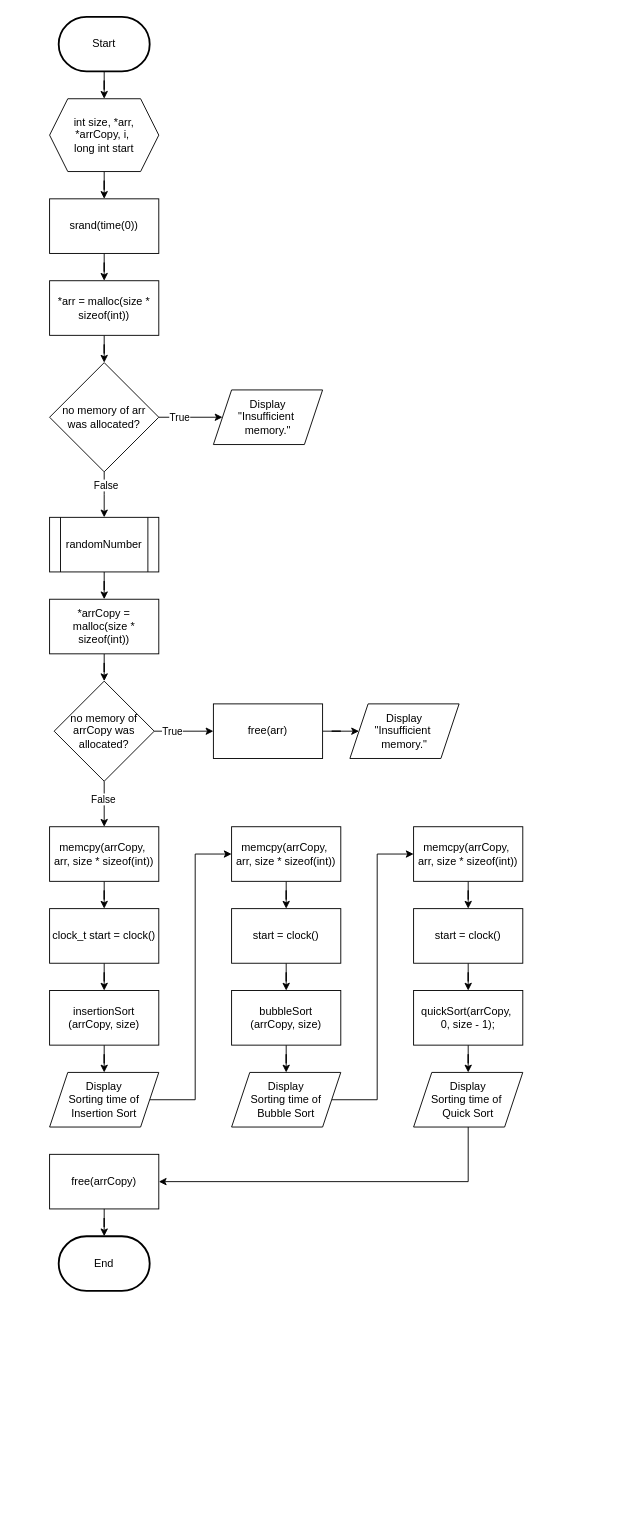
Before: page "timeSearch" (9 of 9) of Flowchart Modul 3.drawio in elikawicaksana/BuildIT_BasisData, a draw.io diagram. Source tidied: cells renumbered, new cells numbered last; positions are measured from the earlier drawing's top-left corner, leaving out a move shared by most shapes. Both pictures are drawn from the tidied source at 91%, with x=0, y=0 at pixel (49, 16).
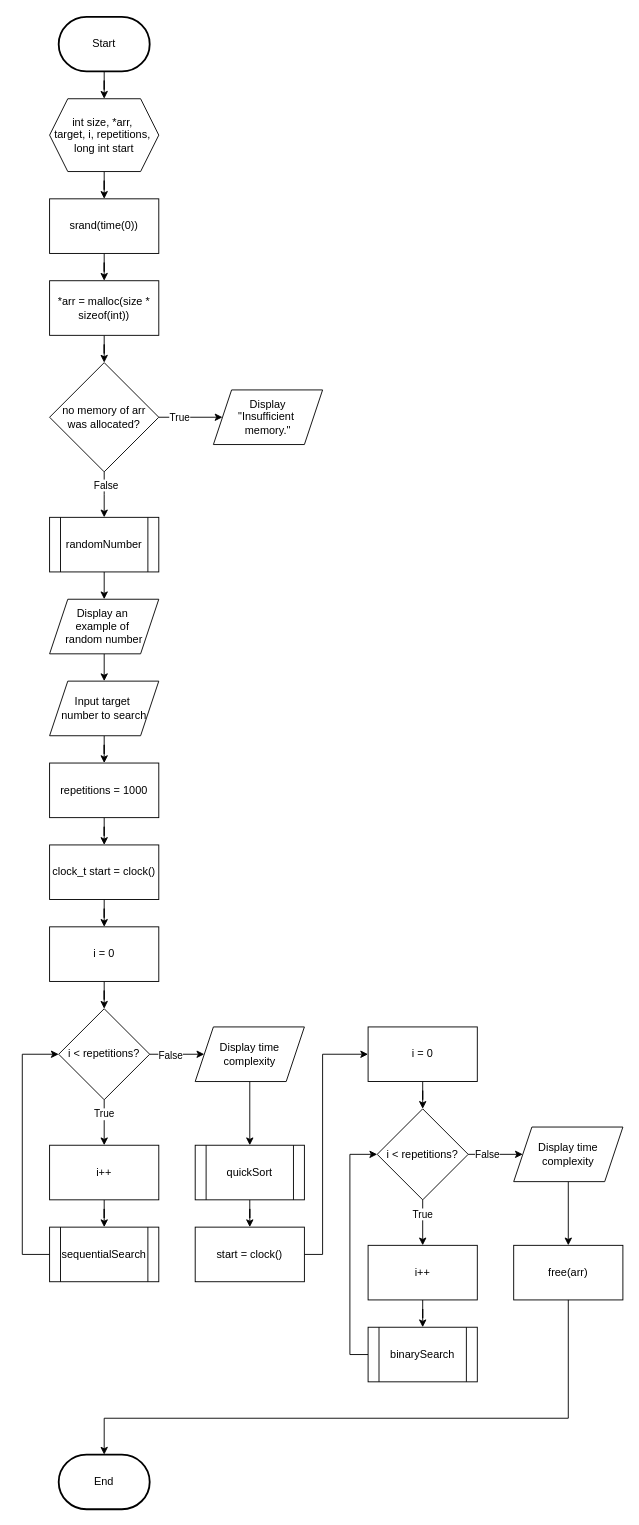
Above is the later version.

The change refers to these unchanged cells:
```xml
<mxCell id="16" value="randomNumber" style="shape=process;whiteSpace=wrap;html=1;backgroundOutline=1;" parent="1" vertex="1">
  <mxGeometry y="550" width="120" height="60" as="geometry" />
</mxCell>
```

Diff of the diagram source:
```diff
@@
     <mxCell id="4" value="End" style="strokeWidth=2;html=1;shape=mxgraph.flowchart.terminator;whiteSpace=wrap;" parent="1" vertex="1">
-      <mxGeometry x="10" y="1340" width="100" height="60" as="geometry" />
+      <mxGeometry x="10" y="1580" width="100" height="60" as="geometry" />
     </mxCell>
@@
-    <mxCell id="6" value="int size, *arr, *arrCopy, i,&amp;nbsp;&lt;div&gt;long int start&lt;/div&gt;" style="shape=hexagon;perimeter=hexagonPerimeter2;whiteSpace=wrap;html=1;fixedSize=1;" parent="1" vertex="1">
+    <mxCell id="6" value="int size, *arr,&amp;nbsp;&lt;div&gt;target,&amp;nbsp;&lt;span style=&quot;background-color: initial; color: rgb(0, 0, 0); --darkreader-inline-bgcolor: initial; --darkreader-inline-color: #e8e6e3;&quot;&gt;i,&amp;nbsp;&lt;/span&gt;&lt;span style=&quot;color: rgb(0, 0, 0); --darkreader-inline-color: #e8e6e3;&quot;&gt;repetitions,&amp;nbsp;&lt;/span&gt;&lt;div&gt;&lt;span style=&quot;background-color: initial; color: rgb(0, 0, 0); --darkreader-inline-bgcolor: initial; --darkreader-inline-color: #e8e6e3;&quot;&gt;long int start&lt;/span&gt;&lt;/div&gt;&lt;/div&gt;" style="shape=hexagon;perimeter=hexagonPerimeter2;whiteSpace=wrap;html=1;fixedSize=1;" parent="1" vertex="1">
       <mxGeometry y="90" width="120" height="80" as="geometry" />
     </mxCell>
@@
-    <mxCell id="15" style="edgeStyle=orthogonalEdgeStyle;rounded=0;jettySize=auto;html=1;entryX=0.5;entryY=0;entryDx=0;entryDy=0;" parent="1" edge="1" source="16" target="18">
-      <mxGeometry relative="1" as="geometry" />
+    <mxCell id="15" style="edgeStyle=orthogonalEdgeStyle;rounded=0;jettySize=auto;html=1;entryX=0.5;entryY=0;entryDx=0;entryDy=0;" parent="1" edge="1" source="16">
+      <mxGeometry relative="1" as="geometry">
+        <mxPoint x="60" y="640" as="targetPoint" />
+      </mxGeometry>
     </mxCell>
@@
-    <mxCell id="17" style="edgeStyle=orthogonalEdgeStyle;rounded=0;jettySize=auto;html=1;entryX=0.5;entryY=0;entryDx=0;entryDy=0;" parent="1" edge="1" source="18" target="23">
-      <mxGeometry relative="1" as="geometry" />
+    <mxCell id="17" style="edgeStyle=orthogonalEdgeStyle;rounded=0;jettySize=auto;html=1;entryX=0.5;entryY=0;entryDx=0;entryDy=0;" parent="1" edge="1" target="57">
+      <mxGeometry relative="1" as="geometry">
+        <mxPoint x="60" y="700" as="sourcePoint" />
+      </mxGeometry>
     </mxCell>
-    <mxCell id="18" value="*arrCopy = &lt;span class=&quot;hljs-built_in&quot;&gt;malloc&lt;/span&gt;(size * &lt;span class=&quot;hljs-keyword&quot;&gt;sizeof&lt;/span&gt;(&lt;span class=&quot;hljs-type&quot;&gt;int&lt;/span&gt;))" style="rounded=0;whiteSpace=wrap;html=1;" parent="1" vertex="1">
-      <mxGeometry y="640" width="120" height="60" as="geometry" />
-    </mxCell>
-    <mxCell id="19" style="edgeStyle=orthogonalEdgeStyle;rounded=0;jettySize=auto;html=1;entryX=0;entryY=0.5;entryDx=0;entryDy=0;" parent="1" edge="1" source="23" target="25">
-      <mxGeometry relative="1" as="geometry" />
-    </mxCell>
-    <mxCell id="20" value="True" style="edgeLabel;html=1;align=center;verticalAlign=middle;" parent="19" vertex="1">
-      <mxGeometry x="-0.43" relative="1" as="geometry" />
-    </mxCell>
-    <mxCell id="21" style="edgeStyle=orthogonalEdgeStyle;rounded=0;jettySize=auto;html=1;entryX=0.5;entryY=0;entryDx=0;entryDy=0;" parent="1" edge="1" source="23" target="28">
-      <mxGeometry relative="1" as="geometry" />
-    </mxCell>
-    <mxCell id="22" value="False" style="edgeLabel;html=1;align=center;verticalAlign=middle;" parent="21" vertex="1">
-      <mxGeometry x="-0.25" y="-2" relative="1" as="geometry" />
-    </mxCell>
-    <mxCell id="23" value="no memory of arrCopy&amp;nbsp;&lt;span style=&quot;background-color: initial; color: rgb(0, 0, 0); --darkreader-inline-bgcolor: initial; --darkreader-inline-color: #e8e6e3;&quot;&gt;was allocated?&lt;/span&gt;" style="rhombus;whiteSpace=wrap;html=1;" parent="1" vertex="1">
-      <mxGeometry x="5" y="730" width="110" height="110" as="geometry" />
-    </mxCell>
-    <mxCell id="24" style="edgeStyle=orthogonalEdgeStyle;rounded=0;jettySize=auto;html=1;entryX=0;entryY=0.5;entryDx=0;entryDy=0;" parent="1" edge="1" source="25" target="26">
-      <mxGeometry relative="1" as="geometry" />
-    </mxCell>
-    <mxCell id="25" value="free(arr)" style="rounded=0;whiteSpace=wrap;html=1;" parent="1" vertex="1">
-      <mxGeometry x="180" y="755" width="120" height="60" as="geometry" />
-    </mxCell>
-    <mxCell id="26" value="Display&lt;br&gt;&quot;Insufficient&amp;nbsp;&lt;div&gt;memory.&quot;&lt;/div&gt;" style="shape=parallelogram;perimeter=parallelogramPerimeter;whiteSpace=wrap;html=1;fixedSize=1;" parent="1" vertex="1">
-      <mxGeometry x="330" y="755" width="120" height="60" as="geometry" />
-    </mxCell>
-    <mxCell id="27" style="edgeStyle=orthogonalEdgeStyle;rounded=0;jettySize=auto;html=1;entryX=0.5;entryY=0;entryDx=0;entryDy=0;" parent="1" edge="1" source="28" target="32">
-      <mxGeometry relative="1" as="geometry" />
-    </mxCell>
-    <mxCell id="28" value="memcpy(arrCopy,&amp;nbsp;&lt;div&gt;arr, size * sizeof(int))&lt;/div&gt;" style="rounded=0;whiteSpace=wrap;html=1;" parent="1" vertex="1">
-      <mxGeometry y="890" width="120" height="60" as="geometry" />
-    </mxCell>
@@
-    <mxCell id="31" style="edgeStyle=orthogonalEdgeStyle;rounded=0;jettySize=auto;html=1;entryX=0.5;entryY=0;entryDx=0;entryDy=0;" parent="1" edge="1" source="32" target="34">
-      <mxGeometry relative="1" as="geometry" />
-    </mxCell>
+    <mxCell id="55" value="Display an&amp;nbsp;&lt;div&gt;example of&amp;nbsp;&lt;/div&gt;&lt;div&gt;random number&lt;/div&gt;" style="shape=parallelogram;perimeter=parallelogramPerimeter;whiteSpace=wrap;html=1;fixedSize=1;" parent="1" vertex="1">
+      <mxGeometry y="640" width="120" height="60" as="geometry" />
+    </mxCell>
+    <mxCell id="56" style="edgeStyle=orthogonalEdgeStyle;rounded=0;jettySize=auto;html=1;entryX=0.5;entryY=0;entryDx=0;entryDy=0;" parent="1" edge="1" source="57" target="59">
+      <mxGeometry relative="1" as="geometry" />
+    </mxCell>
+    <mxCell id="57" value="Input&amp;nbsp;target&amp;nbsp;&lt;div&gt;number to search&lt;/div&gt;" style="shape=parallelogram;perimeter=parallelogramPerimeter;whiteSpace=wrap;html=1;fixedSize=1;" parent="1" vertex="1">
+      <mxGeometry y="730" width="120" height="60" as="geometry" />
+    </mxCell>
+    <mxCell id="58" style="edgeStyle=orthogonalEdgeStyle;rounded=0;jettySize=auto;html=1;entryX=0.5;entryY=0;entryDx=0;entryDy=0;" parent="1" edge="1" source="59" target="32">
+      <mxGeometry relative="1" as="geometry" />
+    </mxCell>
+    <mxCell id="59" value="repetitions = 1000" style="rounded=0;whiteSpace=wrap;html=1;" parent="1" vertex="1">
+      <mxGeometry y="820" width="120" height="60" as="geometry" />
+    </mxCell>
+    <mxCell id="60" style="edgeStyle=orthogonalEdgeStyle;rounded=0;jettySize=auto;html=1;entryX=0.5;entryY=0;entryDx=0;entryDy=0;" parent="1" edge="1" source="32" target="62">
+      <mxGeometry relative="1" as="geometry" />
+    </mxCell>
     <mxCell id="32" value="clock_t&amp;nbsp;start = clock()" style="rounded=0;whiteSpace=wrap;html=1;" parent="1" vertex="1">
-      <mxGeometry y="980" width="120" height="60" as="geometry" />
+      <mxGeometry y="910" width="120" height="60" as="geometry" />
     </mxCell>
-    <mxCell id="33" style="edgeStyle=orthogonalEdgeStyle;rounded=0;jettySize=auto;html=1;entryX=0.5;entryY=0;entryDx=0;entryDy=0;" parent="1" edge="1" source="34" target="36">
-      <mxGeometry relative="1" as="geometry" />
-    </mxCell>
-    <mxCell id="34" value="insertionSort&lt;div&gt;(arrCopy, size)&lt;/div&gt;" style="rounded=0;whiteSpace=wrap;html=1;" parent="1" vertex="1">
-      <mxGeometry y="1070" width="120" height="60" as="geometry" />
-    </mxCell>
-    <mxCell id="35" style="edgeStyle=orthogonalEdgeStyle;rounded=0;jettySize=auto;html=1;entryX=0;entryY=0.5;entryDx=0;entryDy=0;" parent="1" edge="1" source="36" target="38">
-      <mxGeometry relative="1" as="geometry" />
-    </mxCell>
-    <mxCell id="36" value="Display&lt;div&gt;Sorting time of Insertion Sort&lt;/div&gt;" style="shape=parallelogram;perimeter=parallelogramPerimeter;whiteSpace=wrap;html=1;fixedSize=1;" parent="1" vertex="1">
-      <mxGeometry y="1160" width="120" height="60" as="geometry" />
-    </mxCell>
-    <mxCell id="37" style="edgeStyle=orthogonalEdgeStyle;rounded=0;jettySize=auto;html=1;entryX=0.5;entryY=0;entryDx=0;entryDy=0;" parent="1" edge="1" source="38" target="40">
-      <mxGeometry relative="1" as="geometry" />
-    </mxCell>
-    <mxCell id="38" value="memcpy(arrCopy,&amp;nbsp;&lt;div&gt;arr, size * sizeof(int))&lt;/div&gt;" style="rounded=0;whiteSpace=wrap;html=1;" parent="1" vertex="1">
-      <mxGeometry x="200" y="890" width="120" height="60" as="geometry" />
-    </mxCell>
-    <mxCell id="39" style="edgeStyle=orthogonalEdgeStyle;rounded=0;jettySize=auto;html=1;entryX=0.5;entryY=0;entryDx=0;entryDy=0;" parent="1" edge="1" source="40" target="42">
-      <mxGeometry relative="1" as="geometry" />
-    </mxCell>
-    <mxCell id="40" value="start = clock()" style="rounded=0;whiteSpace=wrap;html=1;" parent="1" vertex="1">
-      <mxGeometry x="200" y="980" width="120" height="60" as="geometry" />
-    </mxCell>
-    <mxCell id="41" style="edgeStyle=orthogonalEdgeStyle;rounded=0;jettySize=auto;html=1;entryX=0.5;entryY=0;entryDx=0;entryDy=0;" parent="1" edge="1" source="42" target="44">
-      <mxGeometry relative="1" as="geometry" />
-    </mxCell>
-    <mxCell id="42" value="bubbleSort&lt;div&gt;(arrCopy, size)&lt;/div&gt;" style="rounded=0;whiteSpace=wrap;html=1;" parent="1" vertex="1">
-      <mxGeometry x="200" y="1070" width="120" height="60" as="geometry" />
-    </mxCell>
-    <mxCell id="43" style="edgeStyle=orthogonalEdgeStyle;rounded=0;jettySize=auto;html=1;entryX=0;entryY=0.5;entryDx=0;entryDy=0;" parent="1" edge="1" source="44" target="46">
-      <mxGeometry relative="1" as="geometry" />
-    </mxCell>
-    <mxCell id="44" value="Display&lt;div&gt;Sorting time of Bubble Sort&lt;/div&gt;" style="shape=parallelogram;perimeter=parallelogramPerimeter;whiteSpace=wrap;html=1;fixedSize=1;" parent="1" vertex="1">
-      <mxGeometry x="200" y="1160" width="120" height="60" as="geometry" />
-    </mxCell>
-    <mxCell id="45" style="edgeStyle=orthogonalEdgeStyle;rounded=0;jettySize=auto;html=1;entryX=0.5;entryY=0;entryDx=0;entryDy=0;" parent="1" edge="1" source="46" target="48">
-      <mxGeometry relative="1" as="geometry" />
-    </mxCell>
-    <mxCell id="46" value="memcpy(arrCopy,&amp;nbsp;&lt;div&gt;arr, size * sizeof(int))&lt;/div&gt;" style="rounded=0;whiteSpace=wrap;html=1;" parent="1" vertex="1">
-      <mxGeometry x="400" y="890" width="120" height="60" as="geometry" />
-    </mxCell>
-    <mxCell id="47" style="edgeStyle=orthogonalEdgeStyle;rounded=0;jettySize=auto;html=1;entryX=0.5;entryY=0;entryDx=0;entryDy=0;" parent="1" edge="1" source="48" target="50">
-      <mxGeometry relative="1" as="geometry" />
-    </mxCell>
-    <mxCell id="48" value="start = clock()" style="rounded=0;whiteSpace=wrap;html=1;" parent="1" vertex="1">
-      <mxGeometry x="400" y="980" width="120" height="60" as="geometry" />
-    </mxCell>
-    <mxCell id="49" style="edgeStyle=orthogonalEdgeStyle;rounded=0;jettySize=auto;html=1;entryX=0.5;entryY=0;entryDx=0;entryDy=0;" parent="1" edge="1" source="50" target="52">
-      <mxGeometry relative="1" as="geometry" />
-    </mxCell>
-    <mxCell id="50" value="quickSort(arrCopy,&amp;nbsp;&lt;div&gt;0, size - 1);&lt;br&gt;&lt;/div&gt;" style="rounded=0;whiteSpace=wrap;html=1;" parent="1" vertex="1">
-      <mxGeometry x="400" y="1070" width="120" height="60" as="geometry" />
-    </mxCell>
-    <mxCell id="51" style="edgeStyle=orthogonalEdgeStyle;rounded=0;jettySize=auto;html=1;entryX=1;entryY=0.5;entryDx=0;entryDy=0;" parent="1" edge="1" source="52" target="53">
-      <mxGeometry relative="1" as="geometry">
-        <Array as="points">
-          <mxPoint x="460" y="1280" />
-        </Array>
-      </mxGeometry>
-    </mxCell>
-    <mxCell id="52" value="Display&lt;div&gt;Sorting time of&amp;nbsp;&lt;/div&gt;&lt;div&gt;Quick Sort&lt;/div&gt;" style="shape=parallelogram;perimeter=parallelogramPerimeter;whiteSpace=wrap;html=1;fixedSize=1;" parent="1" vertex="1">
-      <mxGeometry x="400" y="1160" width="120" height="60" as="geometry" />
-    </mxCell>
-    <mxCell id="53" value="free(arrCopy)" style="rounded=0;whiteSpace=wrap;html=1;" parent="1" vertex="1">
-      <mxGeometry y="1250" width="120" height="60" as="geometry" />
-    </mxCell>
-    <mxCell id="54" style="edgeStyle=orthogonalEdgeStyle;rounded=0;jettySize=auto;html=1;entryX=0.5;entryY=0;entryDx=0;entryDy=0;entryPerimeter=0;" parent="1" edge="1" source="53" target="4">
-      <mxGeometry relative="1" as="geometry" />
-    </mxCell>
+    <mxCell id="61" style="edgeStyle=orthogonalEdgeStyle;rounded=0;jettySize=auto;html=1;entryX=0.5;entryY=0;entryDx=0;entryDy=0;" parent="1" edge="1" source="62" target="67">
+      <mxGeometry relative="1" as="geometry" />
+    </mxCell>
+    <mxCell id="62" value="i = 0" style="rounded=0;whiteSpace=wrap;html=1;" parent="1" vertex="1">
+      <mxGeometry y="1000" width="120" height="60" as="geometry" />
+    </mxCell>
+    <mxCell id="63" style="edgeStyle=orthogonalEdgeStyle;rounded=0;jettySize=auto;html=1;entryX=0.5;entryY=0;entryDx=0;entryDy=0;" parent="1" edge="1" source="67" target="69">
+      <mxGeometry relative="1" as="geometry" />
+    </mxCell>
+    <mxCell id="64" value="True" style="edgeLabel;html=1;align=center;verticalAlign=middle;" parent="63" vertex="1">
+      <mxGeometry x="-0.42" y="-1" relative="1" as="geometry" />
+    </mxCell>
+    <mxCell id="65" style="edgeStyle=orthogonalEdgeStyle;rounded=0;jettySize=auto;html=1;" parent="1" edge="1" source="67" target="73">
+      <mxGeometry relative="1" as="geometry" />
+    </mxCell>
+    <mxCell id="66" value="False" style="edgeLabel;html=1;align=center;verticalAlign=middle;" parent="65" vertex="1">
+      <mxGeometry x="-0.27" y="-1" relative="1" as="geometry" />
+    </mxCell>
+    <mxCell id="67" value="i &amp;lt; repetitions?" style="rhombus;whiteSpace=wrap;html=1;" parent="1" vertex="1">
+      <mxGeometry x="10" y="1090" width="100" height="100" as="geometry" />
+    </mxCell>
+    <mxCell id="68" style="edgeStyle=orthogonalEdgeStyle;rounded=0;jettySize=auto;html=1;entryX=0.5;entryY=0;entryDx=0;entryDy=0;" parent="1" edge="1" source="69" target="71">
+      <mxGeometry relative="1" as="geometry" />
+    </mxCell>
+    <mxCell id="69" value="i++" style="rounded=0;whiteSpace=wrap;html=1;" parent="1" vertex="1">
+      <mxGeometry y="1240" width="120" height="60" as="geometry" />
+    </mxCell>
+    <mxCell id="70" style="edgeStyle=orthogonalEdgeStyle;rounded=0;jettySize=auto;html=1;entryX=0;entryY=0.5;entryDx=0;entryDy=0;" parent="1" edge="1" source="71" target="67">
+      <mxGeometry relative="1" as="geometry">
+        <Array as="points">
+          <mxPoint x="-30" y="1360" />
+          <mxPoint x="-30" y="1140" />
+        </Array>
+      </mxGeometry>
+    </mxCell>
+    <mxCell id="71" value="sequentialSearch" style="shape=process;whiteSpace=wrap;html=1;backgroundOutline=1;" parent="1" vertex="1">
+      <mxGeometry y="1330" width="120" height="60" as="geometry" />
+    </mxCell>
+    <mxCell id="72" style="edgeStyle=orthogonalEdgeStyle;rounded=0;jettySize=auto;html=1;entryX=0.5;entryY=0;entryDx=0;entryDy=0;" parent="1" edge="1" source="73" target="75">
+      <mxGeometry relative="1" as="geometry" />
+    </mxCell>
+    <mxCell id="73" value="Display time complexity" style="shape=parallelogram;perimeter=parallelogramPerimeter;whiteSpace=wrap;html=1;fixedSize=1;" parent="1" vertex="1">
+      <mxGeometry x="160" y="1110" width="120" height="60" as="geometry" />
+    </mxCell>
+    <mxCell id="74" style="edgeStyle=orthogonalEdgeStyle;rounded=0;jettySize=auto;html=1;entryX=0.5;entryY=0;entryDx=0;entryDy=0;" parent="1" edge="1" source="75" target="77">
+      <mxGeometry relative="1" as="geometry" />
+    </mxCell>
+    <mxCell id="75" value="quickSort" style="shape=process;whiteSpace=wrap;html=1;backgroundOutline=1;" parent="1" vertex="1">
+      <mxGeometry x="160" y="1240" width="120" height="60" as="geometry" />
+    </mxCell>
+    <mxCell id="76" style="edgeStyle=orthogonalEdgeStyle;rounded=0;jettySize=auto;html=1;entryX=0;entryY=0.5;entryDx=0;entryDy=0;exitX=1;exitY=0.5;exitDx=0;exitDy=0;" parent="1" edge="1" source="77" target="79">
+      <mxGeometry relative="1" as="geometry">
+        <Array as="points">
+          <mxPoint x="300" y="1360" />
+          <mxPoint x="300" y="1140" />
+        </Array>
+      </mxGeometry>
+    </mxCell>
+    <mxCell id="77" value="start = clock()" style="rounded=0;whiteSpace=wrap;html=1;" parent="1" vertex="1">
+      <mxGeometry x="160" y="1330" width="120" height="60" as="geometry" />
+    </mxCell>
+    <mxCell id="78" style="edgeStyle=orthogonalEdgeStyle;rounded=0;jettySize=auto;html=1;entryX=0.5;entryY=0;entryDx=0;entryDy=0;" parent="1" edge="1" source="79" target="84">
+      <mxGeometry relative="1" as="geometry" />
+    </mxCell>
+    <mxCell id="79" value="i = 0" style="rounded=0;whiteSpace=wrap;html=1;" parent="1" vertex="1">
+      <mxGeometry x="350" y="1110" width="120" height="60" as="geometry" />
+    </mxCell>
+    <mxCell id="80" style="edgeStyle=orthogonalEdgeStyle;rounded=0;jettySize=auto;html=1;entryX=0.5;entryY=0;entryDx=0;entryDy=0;" parent="1" edge="1" source="84" target="86">
+      <mxGeometry relative="1" as="geometry" />
+    </mxCell>
+    <mxCell id="81" value="True" style="edgeLabel;html=1;align=center;verticalAlign=middle;" parent="80" vertex="1">
+      <mxGeometry x="-0.42" y="-1" relative="1" as="geometry" />
+    </mxCell>
+    <mxCell id="82" style="edgeStyle=orthogonalEdgeStyle;rounded=0;jettySize=auto;html=1;entryX=0;entryY=0.5;entryDx=0;entryDy=0;" parent="1" edge="1" source="84" target="90">
+      <mxGeometry relative="1" as="geometry" />
+    </mxCell>
+    <mxCell id="83" value="False" style="edgeLabel;html=1;align=center;verticalAlign=middle;" parent="82" vertex="1">
+      <mxGeometry x="-0.34" y="1" relative="1" as="geometry" />
+    </mxCell>
+    <mxCell id="84" value="i &amp;lt; repetitions?" style="rhombus;whiteSpace=wrap;html=1;" parent="1" vertex="1">
+      <mxGeometry x="360" y="1200" width="100" height="100" as="geometry" />
+    </mxCell>
+    <mxCell id="85" style="edgeStyle=orthogonalEdgeStyle;rounded=0;jettySize=auto;html=1;entryX=0.5;entryY=0;entryDx=0;entryDy=0;" parent="1" edge="1" source="86" target="88">
+      <mxGeometry relative="1" as="geometry" />
+    </mxCell>
+    <mxCell id="86" value="i++" style="rounded=0;whiteSpace=wrap;html=1;" parent="1" vertex="1">
+      <mxGeometry x="350" y="1350" width="120" height="60" as="geometry" />
+    </mxCell>
+    <mxCell id="87" style="edgeStyle=orthogonalEdgeStyle;rounded=0;jettySize=auto;html=1;entryX=0;entryY=0.5;entryDx=0;entryDy=0;" parent="1" edge="1" source="88" target="84">
+      <mxGeometry relative="1" as="geometry">
+        <Array as="points">
+          <mxPoint x="330" y="1470" />
+          <mxPoint x="330" y="1250" />
+        </Array>
+      </mxGeometry>
+    </mxCell>
+    <mxCell id="88" value="binarySearch" style="shape=process;whiteSpace=wrap;html=1;backgroundOutline=1;" parent="1" vertex="1">
+      <mxGeometry x="350" y="1440" width="120" height="60" as="geometry" />
+    </mxCell>
+    <mxCell id="89" style="edgeStyle=orthogonalEdgeStyle;rounded=0;jettySize=auto;html=1;entryX=0.5;entryY=0;entryDx=0;entryDy=0;" parent="1" edge="1" source="90" target="25">
+      <mxGeometry relative="1" as="geometry" />
+    </mxCell>
+    <mxCell id="90" value="Display time complexity" style="shape=parallelogram;perimeter=parallelogramPerimeter;whiteSpace=wrap;html=1;fixedSize=1;" parent="1" vertex="1">
+      <mxGeometry x="510" y="1220" width="120" height="60" as="geometry" />
+    </mxCell>
+    <mxCell id="25" value="free(arr)" style="rounded=0;whiteSpace=wrap;html=1;" parent="1" vertex="1">
+      <mxGeometry x="510" y="1350" width="120" height="60" as="geometry" />
+    </mxCell>
+    <mxCell id="91" style="edgeStyle=orthogonalEdgeStyle;rounded=0;jettySize=auto;html=1;entryX=0.5;entryY=0;entryDx=0;entryDy=0;entryPerimeter=0;" parent="1" edge="1" source="25" target="4">
+      <mxGeometry relative="1" as="geometry">
+        <Array as="points">
+          <mxPoint x="570" y="1540" />
+          <mxPoint x="60" y="1540" />
+        </Array>
+      </mxGeometry>
+    </mxCell>
```
